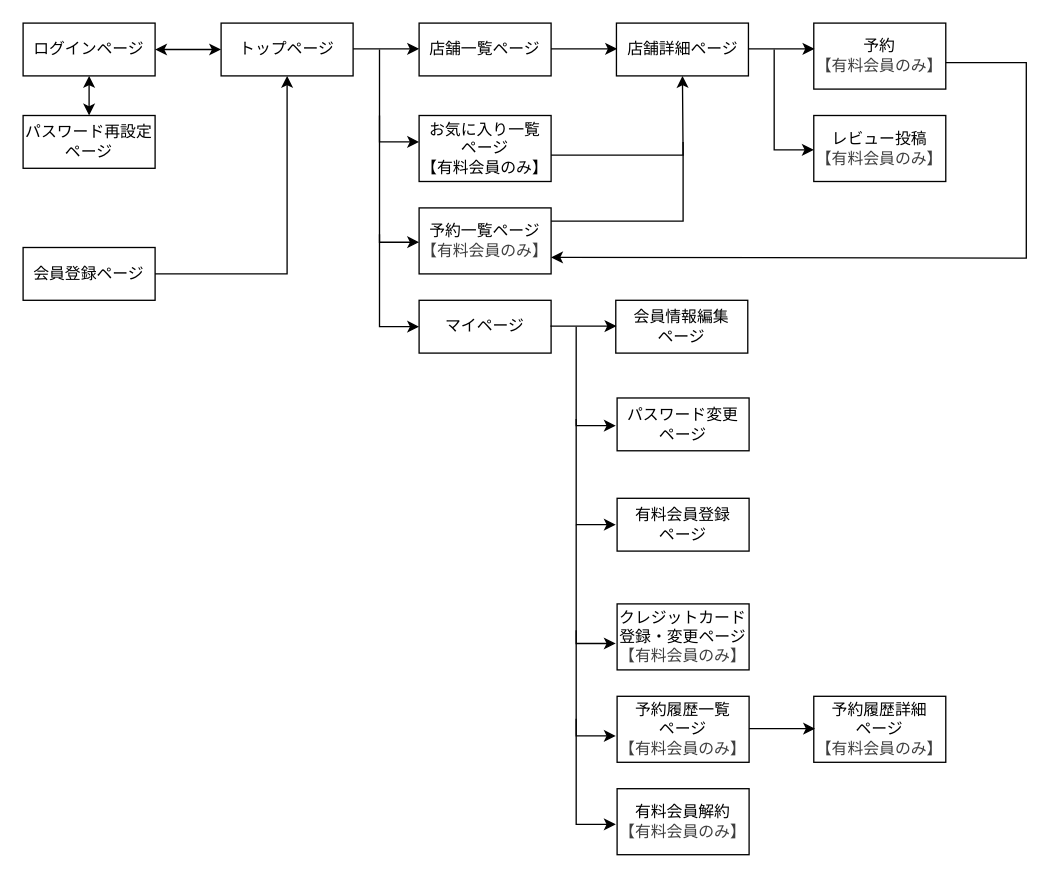
Before: page "会員側" (2 of 2) of drawio/diagram.drawio in yeyue-40108/laravel-tabelog-kadai, a draw.io diagram. Source tidied: cells renumbered, new cells numbered last; positions are measured from the earlier drawing's top-left corner, leaving out a move shared by most shapes. Both pictures are drawn from the tidied source at 132%, with x=0, y=0 at pixel (22, 22).
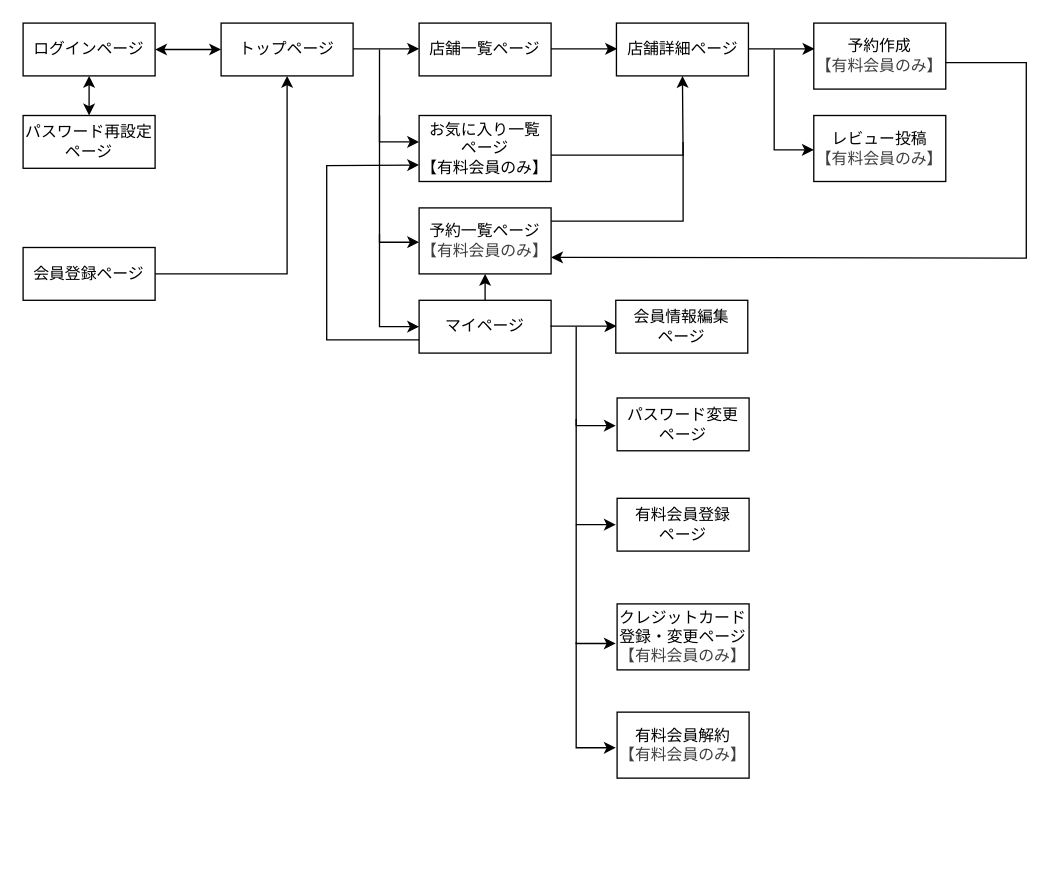
After the change.

The change refers to these unchanged cells:
```xml
<mxCell id="8" value="お気に入り一覧&lt;div&gt;ページ&lt;/div&gt;&lt;div&gt;【有料会員のみ】&lt;/div&gt;" style="rounded=0;whiteSpace=wrap;html=1;" parent="1" vertex="1">
  <mxGeometry x="300" y="70" width="100" height="50" as="geometry" />
</mxCell>
<mxCell id="10" value="マイページ" style="rounded=0;whiteSpace=wrap;html=1;" parent="1" vertex="1">
  <mxGeometry x="300" y="210" width="100" height="40" as="geometry" />
</mxCell>
```

Diff of the diagram source:
```diff
@@
-    <mxCell id="13" value="予約履歴一覧&lt;div&gt;ページ&lt;/div&gt;&lt;div&gt;&lt;span style=&quot;color: rgb(63, 63, 63);&quot;&gt;【有料会員のみ】&lt;/span&gt;&lt;/div&gt;" style="rounded=0;whiteSpace=wrap;html=1;" parent="1" vertex="1">
-      <mxGeometry x="450" y="510" width="100" height="50" as="geometry" />
-    </mxCell>
@@
-    <mxCell id="15" value="予約&lt;div&gt;&lt;span style=&quot;color: rgb(63, 63, 63);&quot;&gt;【有料会員のみ】&lt;/span&gt;&lt;/div&gt;" style="rounded=0;whiteSpace=wrap;html=1;" parent="1" vertex="1">
+    <mxCell id="15" value="予約作成&lt;div&gt;&lt;span style=&quot;color: rgb(63, 63, 63);&quot;&gt;【有料会員のみ】&lt;/span&gt;&lt;/div&gt;" style="rounded=0;whiteSpace=wrap;html=1;" parent="1" vertex="1">
       <mxGeometry x="599" width="100" height="50" as="geometry" />
     </mxCell>
-    <mxCell id="16" value="予約履歴詳細&lt;div&gt;ページ&lt;/div&gt;&lt;div&gt;&lt;span style=&quot;color: rgb(63, 63, 63);&quot;&gt;【有料会員のみ】&lt;/span&gt;&lt;/div&gt;" style="rounded=0;whiteSpace=wrap;html=1;" parent="1" vertex="1">
-      <mxGeometry x="599" y="510" width="100" height="50" as="geometry" />
-    </mxCell>
@@
     <mxCell id="19" value="有料会員解約&lt;div&gt;&lt;span style=&quot;color: rgb(63, 63, 63);&quot;&gt;【有料会員のみ】&lt;/span&gt;&lt;/div&gt;" style="rounded=0;whiteSpace=wrap;html=1;" parent="1" vertex="1">
-      <mxGeometry x="450" y="580" width="100" height="50" as="geometry" />
+      <mxGeometry x="450" y="522" width="100" height="50" as="geometry" />
     </mxCell>
@@
-    <mxCell id="25" style="endArrow=classic;html=1;exitX=1;exitY=0.5;exitDx=0;exitDy=0;" parent="1" edge="1">
-      <mxGeometry relative="1" as="geometry">
-        <mxPoint x="550" y="534.5" as="sourcePoint" />
-        <mxPoint x="600" y="534.5" as="targetPoint" />
-      </mxGeometry>
-    </mxCell>
@@
-    <mxCell id="32" style="endArrow=classic;html=1;rounded=0;curved=0;" parent="1" edge="1">
-      <mxGeometry relative="1" as="geometry">
-        <mxPoint x="419" y="460" as="sourcePoint" />
-        <mxPoint x="449" y="540" as="targetPoint" />
-        <Array as="points">
-          <mxPoint x="419" y="540" />
-        </Array>
-      </mxGeometry>
-    </mxCell>
     <mxCell id="33" style="endArrow=classic;html=1;rounded=0;curved=0;" parent="1" edge="1">
       <mxGeometry relative="1" as="geometry">
-        <mxPoint x="419" y="527" as="sourcePoint" />
-        <mxPoint x="449" y="607" as="targetPoint" />
+        <mxPoint x="419" y="469" as="sourcePoint" />
+        <mxPoint x="449" y="549" as="targetPoint" />
         <Array as="points">
-          <mxPoint x="419" y="607" />
+          <mxPoint x="419" y="549" />
         </Array>
       </mxGeometry>
     </mxCell>
@@
+    <mxCell id="40" style="endArrow=classic;html=1;exitX=0.5;exitY=0;exitDx=0;exitDy=0;" parent="1" edge="1" source="10">
+      <mxGeometry relative="1" as="geometry">
+        <mxPoint x="350" y="190" as="targetPoint" />
+      </mxGeometry>
+    </mxCell>
+    <mxCell id="41" style="endArrow=classic;html=1;entryX=0;entryY=0.75;entryDx=0;entryDy=0;exitX=0;exitY=0.75;exitDx=0;exitDy=0;rounded=0;curved=0;" parent="1" edge="1" source="10" target="8">
+      <mxGeometry relative="1" as="geometry">
+        <Array as="points">
+          <mxPoint x="230" y="240" />
+          <mxPoint x="230" y="108" />
+        </Array>
+      </mxGeometry>
+    </mxCell>
```
